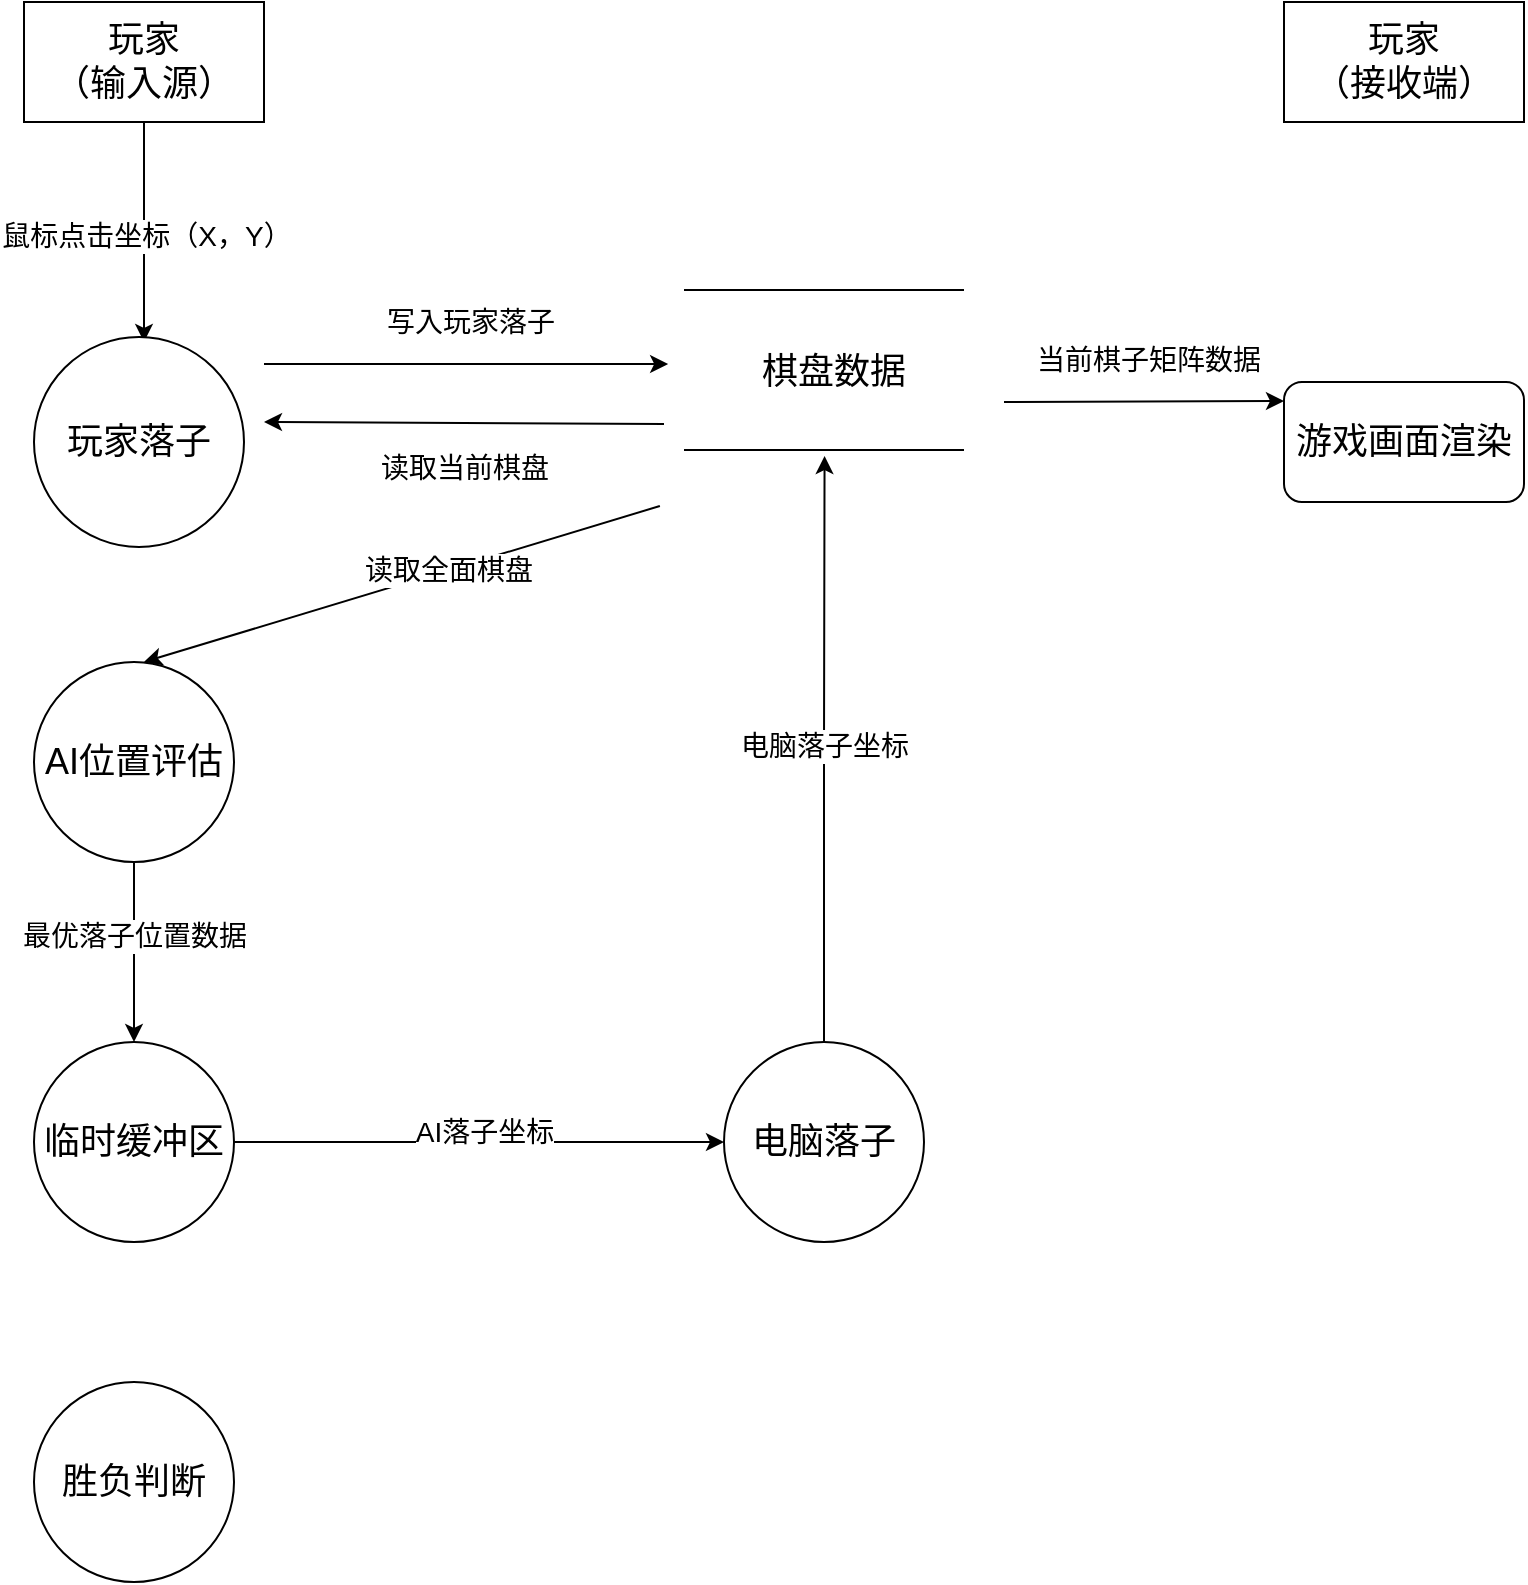
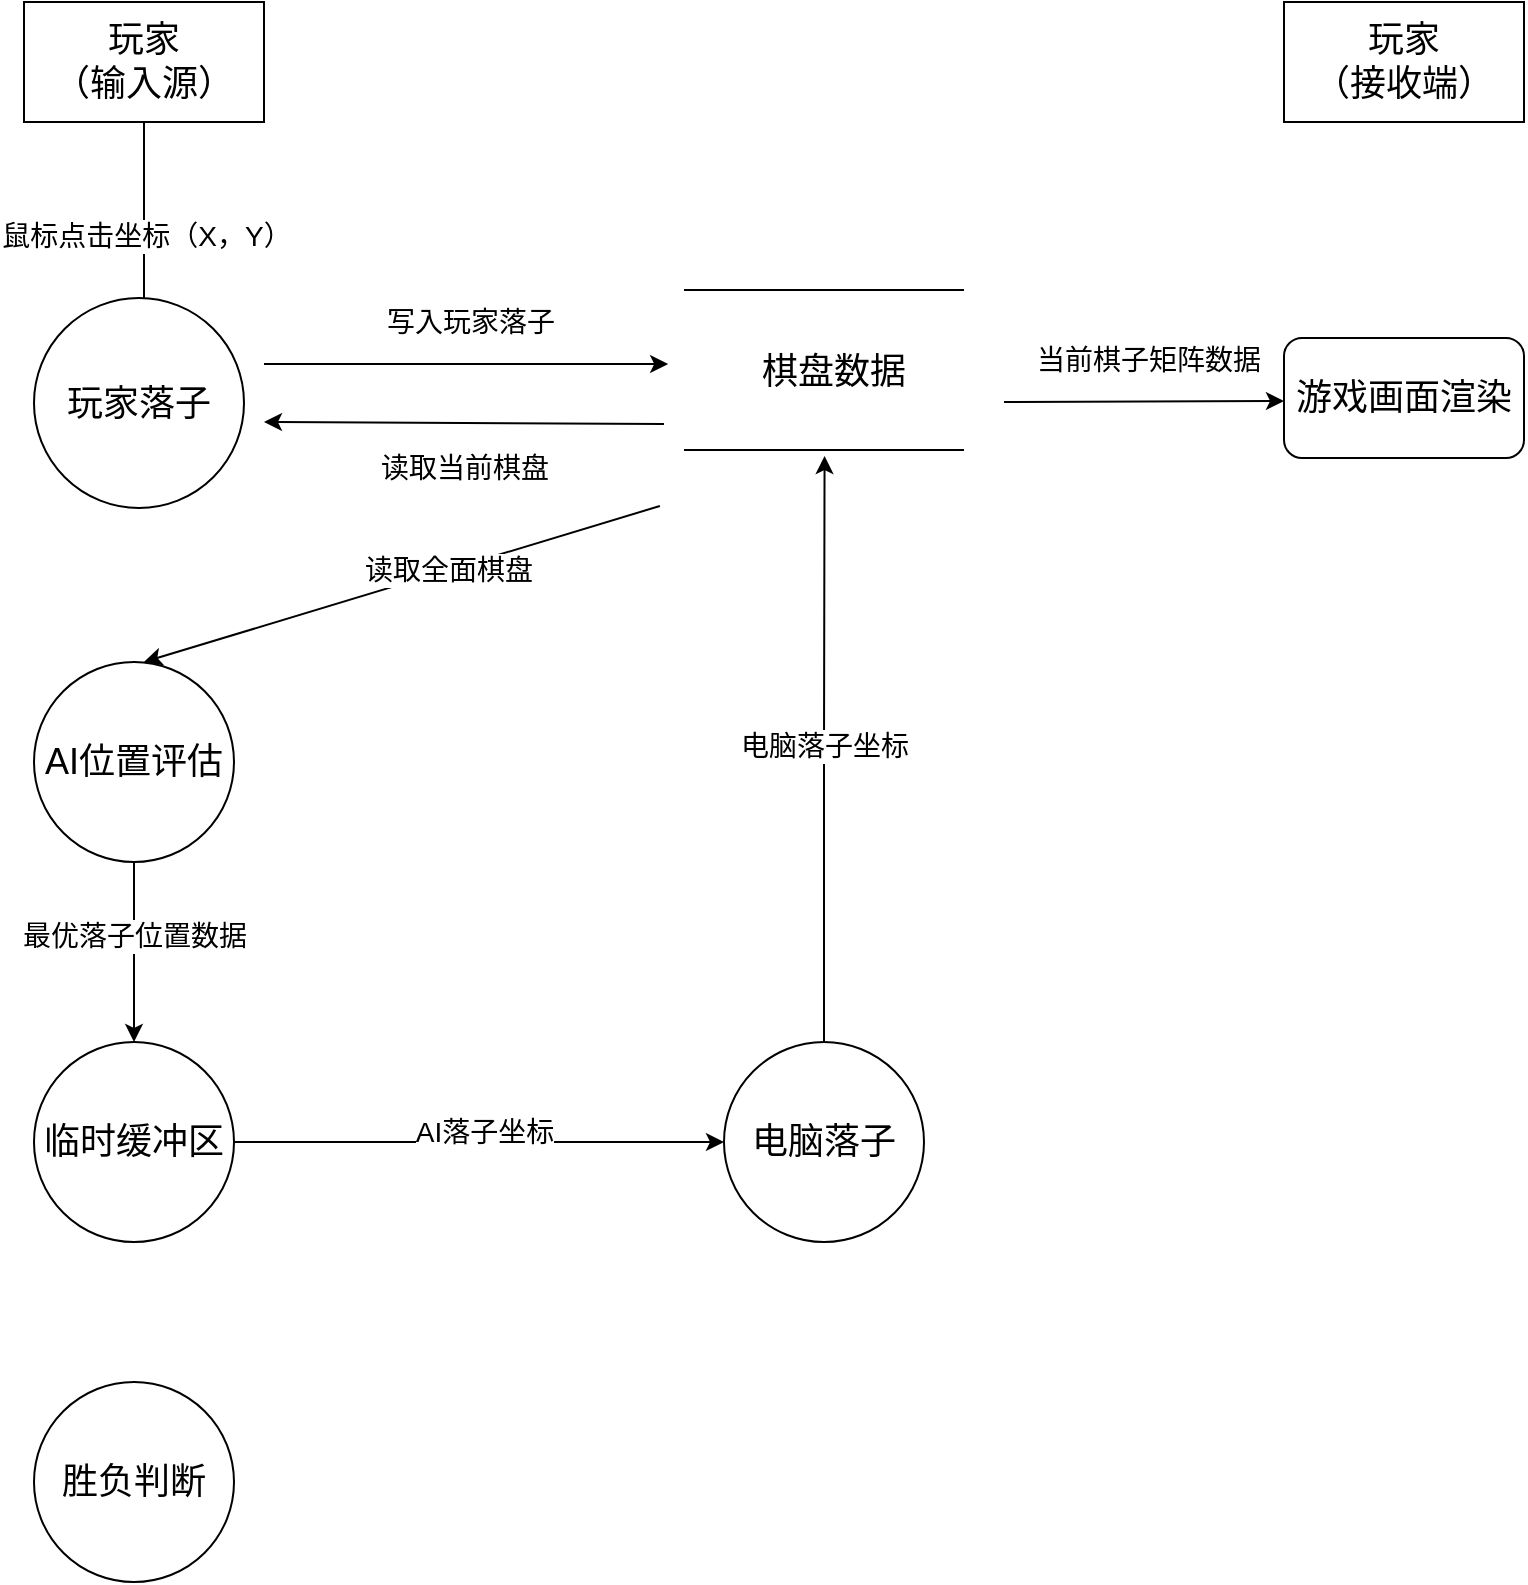
<mxfile host="app.diagrams.net">
  <diagram name="Page-1" id="hryGj0KzSXnJhMcqTr9-">
    <mxGraphModel dx="1201" dy="825" grid="1" gridSize="10" guides="1" tooltips="1" connect="1" arrows="1" fold="1" page="1" pageScale="1" pageWidth="827" pageHeight="1169" math="0" shadow="0">
      <root>
        <mxCell id="0" />
        <mxCell id="1" parent="0" />
        <mxCell id="fDHwApNMCYBN-XmplwMt-11" edge="1" parent="1" source="fDHwApNMCYBN-XmplwMt-3" style="edgeStyle=orthogonalEdgeStyle;rounded=0;orthogonalLoop=1;jettySize=auto;html=1;exitX=0.5;exitY=1;exitDx=0;exitDy=0;entryX=0.5;entryY=0;entryDx=0;entryDy=0;">
          <mxGeometry relative="1" as="geometry">
            <mxPoint x="90" y="230" as="targetPoint" />
          </mxGeometry>
        </mxCell>
        <mxCell id="fDHwApNMCYBN-XmplwMt-12" connectable="0" parent="fDHwApNMCYBN-XmplwMt-11" style="edgeLabel;html=1;align=center;verticalAlign=middle;resizable=0;points=[];" value="&lt;font style=&quot;font-size: 14px;&quot;&gt;鼠标点击坐标（X，Y）&lt;/font&gt;" vertex="1">
          <mxGeometry relative="1" x="0.0364" as="geometry">
            <mxPoint as="offset" />
          </mxGeometry>
        </mxCell>
        <mxCell id="fDHwApNMCYBN-XmplwMt-3" parent="1" style="rounded=0;whiteSpace=wrap;html=1;" value="&lt;font style=&quot;font-size: 18px;&quot;&gt;玩家&lt;/font&gt;&lt;div&gt;&lt;font style=&quot;font-size: 18px;&quot;&gt;（输入源）&lt;/font&gt;&lt;/div&gt;" vertex="1">
          <mxGeometry height="60" width="120" x="30" y="60" as="geometry" />
        </mxCell>
        <mxCell id="fDHwApNMCYBN-XmplwMt-9" parent="1" style="rounded=1;whiteSpace=wrap;html=1;" value="&lt;font style=&quot;font-size: 18px;&quot;&gt;游戏画面渲染&lt;/font&gt;" vertex="1">
-           <mxGeometry height="60" width="120" x="660" y="250" as="geometry" />
+           <mxGeometry height="60" width="120" x="660" y="228" as="geometry" />
        </mxCell>
        <mxCell id="fDHwApNMCYBN-XmplwMt-10" parent="1" style="rounded=0;whiteSpace=wrap;html=1;" value="&lt;span style=&quot;font-size: 18px;&quot;&gt;玩家&lt;/span&gt;&lt;div&gt;&lt;span style=&quot;font-size: 18px;&quot;&gt;（接收端）&lt;/span&gt;&lt;/div&gt;" vertex="1">
          <mxGeometry height="60" width="120" x="660" y="60" as="geometry" />
        </mxCell>
        <mxCell id="SoA14i47H3jGXmkj97EN-10" edge="1" parent="1" style="endArrow=classic;html=1;rounded=0;entryX=0.013;entryY=0.14;entryDx=0;entryDy=0;entryPerimeter=0;" value="">
          <mxGeometry height="50" relative="1" width="50" as="geometry">
            <mxPoint x="150" y="241" as="sourcePoint" />
            <mxPoint x="352.067" y="241" as="targetPoint" />
          </mxGeometry>
        </mxCell>
        <mxCell id="SoA14i47H3jGXmkj97EN-11" connectable="0" parent="SoA14i47H3jGXmkj97EN-10" style="edgeLabel;html=1;align=center;verticalAlign=middle;resizable=0;points=[];" value="&lt;font style=&quot;font-size: 14px;&quot;&gt;写入玩家落子&lt;/font&gt;" vertex="1">
          <mxGeometry relative="1" x="0.0202" y="1" as="geometry">
            <mxPoint y="-20" as="offset" />
          </mxGeometry>
        </mxCell>
        <mxCell id="SoA14i47H3jGXmkj97EN-12" edge="1" parent="1" style="endArrow=classic;html=1;rounded=0;exitX=0.925;exitY=0;exitDx=0;exitDy=0;exitPerimeter=0;" value="">
          <mxGeometry height="50" relative="1" width="50" as="geometry">
            <mxPoint x="350" y="271" as="sourcePoint" />
            <mxPoint x="150" y="270" as="targetPoint" />
          </mxGeometry>
        </mxCell>
        <mxCell id="SoA14i47H3jGXmkj97EN-13" connectable="0" parent="SoA14i47H3jGXmkj97EN-12" style="edgeLabel;html=1;align=center;verticalAlign=middle;resizable=0;points=[];" value="&lt;font style=&quot;font-size: 14px;&quot;&gt;读取当前棋盘&lt;/font&gt;&lt;div&gt;&lt;font style=&quot;font-size: 14px;&quot;&gt;&lt;br&gt;&lt;/font&gt;&lt;/div&gt;" vertex="1">
          <mxGeometry relative="1" x="0.0202" y="1" as="geometry">
            <mxPoint x="2" y="29" as="offset" />
          </mxGeometry>
        </mxCell>
        <mxCell id="SoA14i47H3jGXmkj97EN-14" edge="1" parent="1" style="endArrow=classic;html=1;rounded=0;entryX=-0.013;entryY=0.68;entryDx=0;entryDy=0;entryPerimeter=0;exitX=-0.013;exitY=0.68;exitDx=0;exitDy=0;exitPerimeter=0;" value="">
          <mxGeometry height="50" relative="1" width="50" as="geometry">
            <mxPoint x="347.933" y="312" as="sourcePoint" />
            <mxPoint x="90" y="390" as="targetPoint" />
          </mxGeometry>
        </mxCell>
        <mxCell id="SoA14i47H3jGXmkj97EN-15" connectable="0" parent="SoA14i47H3jGXmkj97EN-14" style="edgeLabel;html=1;align=center;verticalAlign=middle;resizable=0;points=[];" value="&lt;font style=&quot;font-size: 14px;&quot;&gt;读取全面棋盘&lt;/font&gt;" vertex="1">
          <mxGeometry relative="1" x="-0.1782" as="geometry">
            <mxPoint as="offset" />
          </mxGeometry>
        </mxCell>
        <mxCell id="SoA14i47H3jGXmkj97EN-16" edge="1" parent="1" style="endArrow=classic;html=1;rounded=0;entryX=0.013;entryY=0.14;entryDx=0;entryDy=0;entryPerimeter=0;" value="">
          <mxGeometry height="50" relative="1" width="50" as="geometry">
            <mxPoint x="520" y="260" as="sourcePoint" />
            <mxPoint x="659.9970000000001" y="259.5" as="targetPoint" />
          </mxGeometry>
        </mxCell>
        <mxCell id="SoA14i47H3jGXmkj97EN-17" connectable="0" parent="SoA14i47H3jGXmkj97EN-16" style="edgeLabel;html=1;align=center;verticalAlign=middle;resizable=0;points=[];" value="&lt;span style=&quot;font-size: 14px;&quot;&gt;当前棋子矩阵数据&lt;/span&gt;" vertex="1">
          <mxGeometry relative="1" x="0.0202" y="1" as="geometry">
            <mxPoint y="-20" as="offset" />
          </mxGeometry>
        </mxCell>
        <mxCell id="SoA14i47H3jGXmkj97EN-22" parent="1" style="ellipse;whiteSpace=wrap;html=1;aspect=fixed;" value="&lt;font style=&quot;font-size: 18px;&quot;&gt;玩家落子&lt;/font&gt;" vertex="1">
-           <mxGeometry height="105" width="105" x="35" y="227.5" as="geometry" />
+           <mxGeometry height="105" width="105" x="35" y="208" as="geometry" />
        </mxCell>
        <mxCell id="SoA14i47H3jGXmkj97EN-23" parent="1" style="ellipse;whiteSpace=wrap;html=1;aspect=fixed;" value="&lt;font style=&quot;font-size: 18px;&quot;&gt;AI位置评估&lt;/font&gt;" vertex="1">
          <mxGeometry height="100" width="100" x="35" y="390" as="geometry" />
        </mxCell>
        <mxCell id="SoA14i47H3jGXmkj97EN-24" parent="1" style="ellipse;whiteSpace=wrap;html=1;aspect=fixed;" value="&lt;font style=&quot;font-size: 18px;&quot;&gt;电脑落子&lt;/font&gt;" vertex="1">
          <mxGeometry height="100" width="100" x="380" y="580" as="geometry" />
        </mxCell>
        <mxCell id="SoA14i47H3jGXmkj97EN-25" parent="1" style="ellipse;whiteSpace=wrap;html=1;aspect=fixed;" value="&lt;font style=&quot;font-size: 18px;&quot;&gt;胜负判断&lt;/font&gt;" vertex="1">
          <mxGeometry height="100" width="100" x="35" y="750" as="geometry" />
        </mxCell>
        <mxCell id="SoA14i47H3jGXmkj97EN-27" parent="1" style="line;strokeWidth=1;fillColor=none;align=left;verticalAlign=middle;spacingTop=-1;spacingLeft=3;spacingRight=3;rotatable=0;labelPosition=right;points=[];portConstraint=eastwest;strokeColor=inherit;" value="" vertex="1">
          <mxGeometry height="8" width="140" x="360" y="200" as="geometry" />
        </mxCell>
        <mxCell id="SoA14i47H3jGXmkj97EN-28" parent="1" style="line;strokeWidth=1;fillColor=none;align=left;verticalAlign=middle;spacingTop=-1;spacingLeft=3;spacingRight=3;rotatable=0;labelPosition=right;points=[];portConstraint=eastwest;strokeColor=inherit;" value="" vertex="1">
          <mxGeometry height="8" width="140" x="360" y="280" as="geometry" />
        </mxCell>
        <mxCell id="SoA14i47H3jGXmkj97EN-29" parent="1" style="text;html=1;whiteSpace=wrap;strokeColor=none;fillColor=none;align=center;verticalAlign=middle;rounded=0;" value="&lt;font style=&quot;font-size: 18px;&quot;&gt;棋盘数据&lt;/font&gt;" vertex="1">
          <mxGeometry height="30" width="110" x="380" y="230" as="geometry" />
        </mxCell>
        <mxCell id="SoA14i47H3jGXmkj97EN-33" edge="1" parent="1" source="SoA14i47H3jGXmkj97EN-30" style="edgeStyle=orthogonalEdgeStyle;rounded=0;orthogonalLoop=1;jettySize=auto;html=1;exitX=1;exitY=0.5;exitDx=0;exitDy=0;entryX=0;entryY=0.5;entryDx=0;entryDy=0;" target="SoA14i47H3jGXmkj97EN-24">
          <mxGeometry relative="1" as="geometry" />
        </mxCell>
        <mxCell id="SoA14i47H3jGXmkj97EN-34" connectable="0" parent="SoA14i47H3jGXmkj97EN-33" style="edgeLabel;html=1;align=center;verticalAlign=middle;resizable=0;points=[];" value="&lt;font style=&quot;font-size: 14px;&quot;&gt;AI落子坐标&lt;/font&gt;" vertex="1">
          <mxGeometry relative="1" x="0.0204" y="5" as="geometry">
            <mxPoint as="offset" />
          </mxGeometry>
        </mxCell>
        <mxCell id="SoA14i47H3jGXmkj97EN-30" parent="1" style="ellipse;whiteSpace=wrap;html=1;aspect=fixed;" value="&lt;font style=&quot;font-size: 18px;&quot;&gt;临时缓冲区&lt;/font&gt;" vertex="1">
          <mxGeometry height="100" width="100" x="35" y="580" as="geometry" />
        </mxCell>
        <mxCell id="SoA14i47H3jGXmkj97EN-31" edge="1" parent="1" source="SoA14i47H3jGXmkj97EN-23" style="endArrow=classic;html=1;rounded=0;entryX=0.5;entryY=0;entryDx=0;entryDy=0;exitX=0.5;exitY=1;exitDx=0;exitDy=0;" target="SoA14i47H3jGXmkj97EN-30" value="">
          <mxGeometry height="50" relative="1" width="50" as="geometry">
            <mxPoint x="447.933" y="340" as="sourcePoint" />
            <mxPoint x="190" y="418" as="targetPoint" />
          </mxGeometry>
        </mxCell>
        <mxCell id="SoA14i47H3jGXmkj97EN-32" connectable="0" parent="SoA14i47H3jGXmkj97EN-31" style="edgeLabel;html=1;align=center;verticalAlign=middle;resizable=0;points=[];" value="&lt;span style=&quot;font-size: 14px;&quot;&gt;最优落子位置数据&lt;/span&gt;" vertex="1">
          <mxGeometry relative="1" x="-0.1782" as="geometry">
            <mxPoint as="offset" />
          </mxGeometry>
        </mxCell>
        <mxCell id="SoA14i47H3jGXmkj97EN-35" edge="1" parent="1" source="SoA14i47H3jGXmkj97EN-24" style="edgeStyle=orthogonalEdgeStyle;rounded=0;orthogonalLoop=1;jettySize=auto;html=1;exitX=0.5;exitY=0;exitDx=0;exitDy=0;entryX=0.502;entryY=0.875;entryDx=0;entryDy=0;entryPerimeter=0;" target="SoA14i47H3jGXmkj97EN-28">
          <mxGeometry relative="1" as="geometry" />
        </mxCell>
        <mxCell id="SoA14i47H3jGXmkj97EN-36" connectable="0" parent="SoA14i47H3jGXmkj97EN-35" style="edgeLabel;html=1;align=center;verticalAlign=middle;resizable=0;points=[];" value="&lt;span style=&quot;font-size: 14px;&quot;&gt;电脑落子坐标&lt;/span&gt;" vertex="1">
          <mxGeometry relative="1" x="-0.0044" y="1" as="geometry">
            <mxPoint y="-1" as="offset" />
          </mxGeometry>
        </mxCell>
      </root>
    </mxGraphModel>
  </diagram>
</mxfile>
